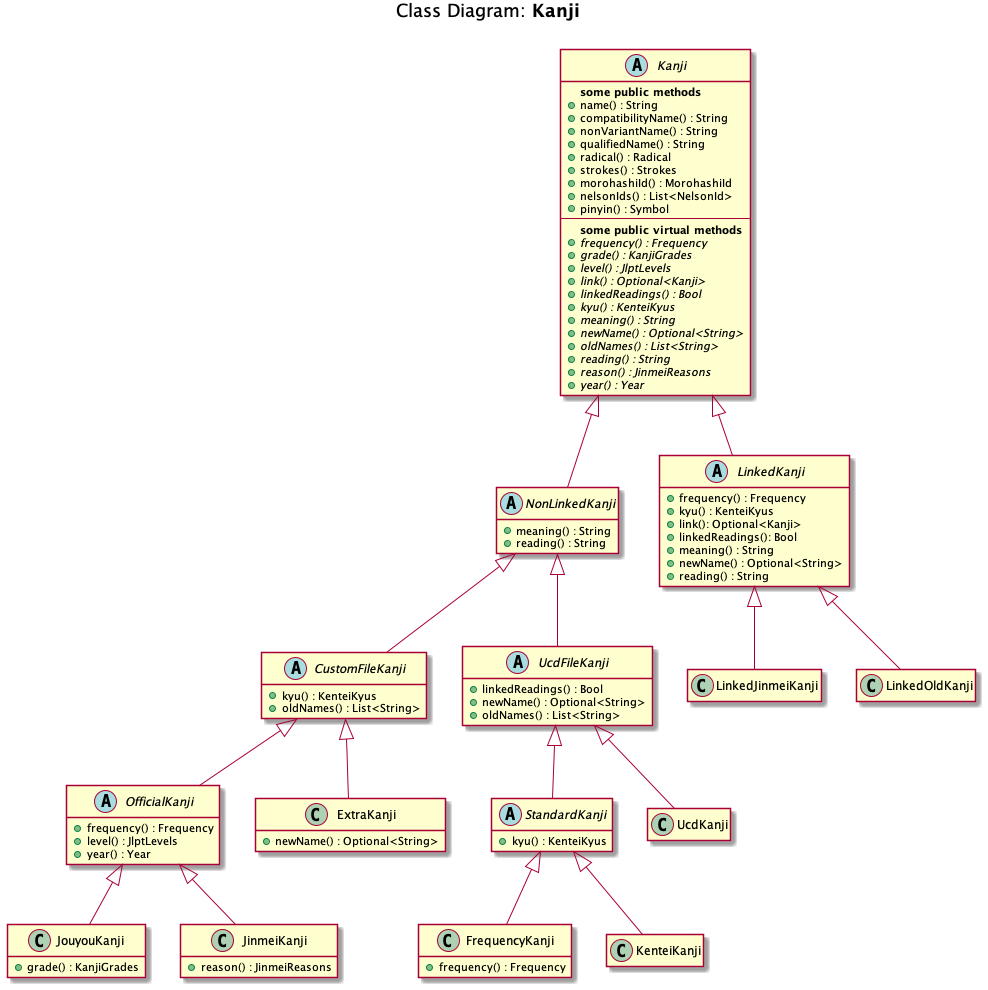
anzumura/kanji-tools keeps this PlantUML diagram as docs/diagrams/out/Class_Kanji/Class_Kanji.png. Above is the earlier version.
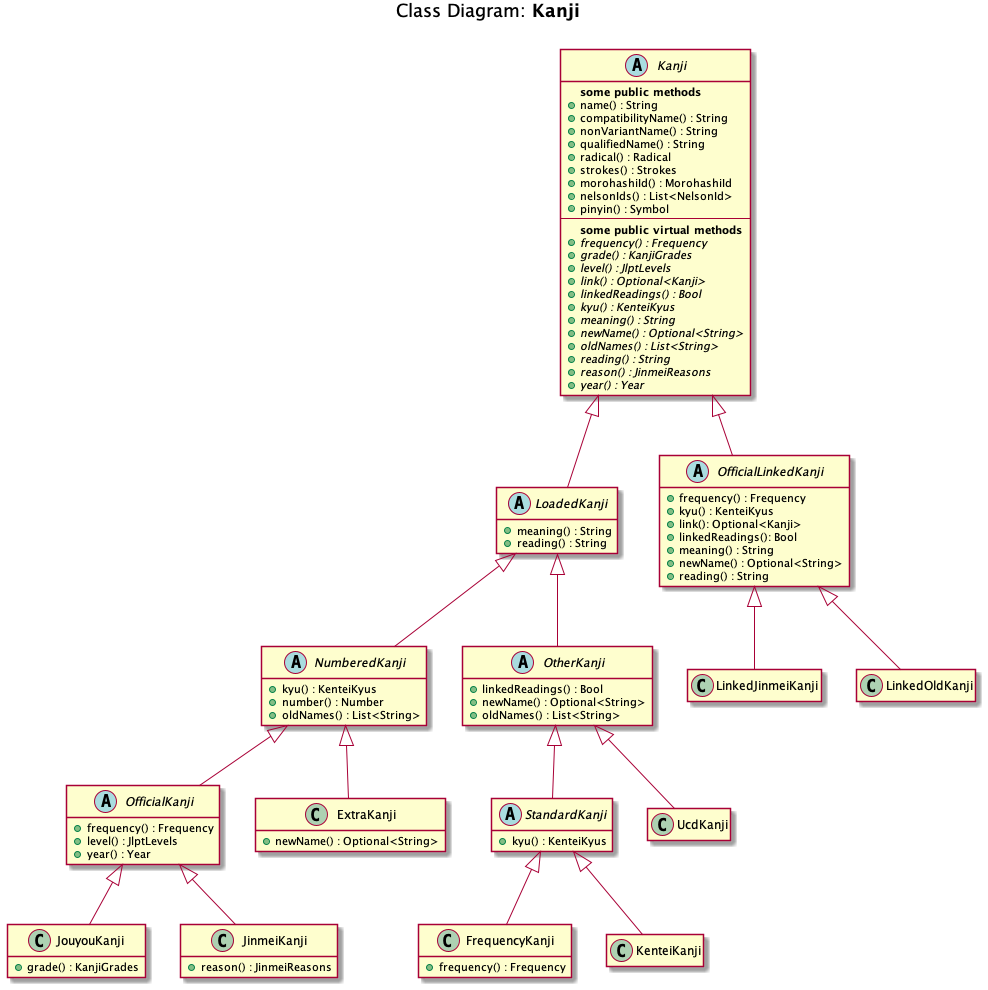
Later version of the same file.

Change to the diagram source:
```diff
@@ -27,12 +27,13 @@
   {abstract} +reason() : JinmeiReasons
   {abstract} +year() : Year
 }
-abstract NonLinkedKanji {
+abstract LoadedKanji {
   +meaning() : String
   +reading() : String
 }
-abstract CustomFileKanji {
+abstract NumberedKanji {
   +kyu() : KenteiKyus
+  +number() : Number
   +oldNames() : List<String>
 }
 abstract OfficialKanji {
@@ -40,7 +41,7 @@
   +level() : JlptLevels
   +year() : Year
 }
-abstract UcdFileKanji {
+abstract OtherKanji {
   +linkedReadings() : Bool
   +newName() : Optional<String>
   +oldNames() : List<String>
@@ -48,7 +49,7 @@
 abstract StandardKanji {
   +kyu() : KenteiKyus
 }
-abstract LinkedKanji {
+abstract OfficialLinkedKanji {
   +frequency() : Frequency
   +kyu() : KenteiKyus
   +link(): Optional<Kanji>
@@ -70,20 +71,20 @@
   +frequency() : Frequency
 }
 
-Kanji <|-- NonLinkedKanji
-NonLinkedKanji <|-- CustomFileKanji
-CustomFileKanji <|-- OfficialKanji
+Kanji <|-- LoadedKanji
+LoadedKanji <|-- NumberedKanji
+NumberedKanji <|-- OfficialKanji
 OfficialKanji <|-- JouyouKanji
 OfficialKanji <|-- JinmeiKanji
-CustomFileKanji <|-- ExtraKanji
-NonLinkedKanji <|-- UcdFileKanji
-UcdFileKanji <|-- StandardKanji
+NumberedKanji <|-- ExtraKanji
+LoadedKanji <|-- OtherKanji
+OtherKanji <|-- StandardKanji
 StandardKanji <|-- FrequencyKanji
 StandardKanji <|-- KenteiKanji
-UcdFileKanji <|-- UcdKanji
-Kanji <|-- LinkedKanji
-LinkedKanji <|-- LinkedJinmeiKanji
-LinkedKanji <|-- LinkedOldKanji
+OtherKanji <|-- UcdKanji
+Kanji <|-- OfficialLinkedKanji
+OfficialLinkedKanji <|-- LinkedJinmeiKanji
+OfficialLinkedKanji <|-- LinkedOldKanji
 
 hide empty members
 @enduml
```
